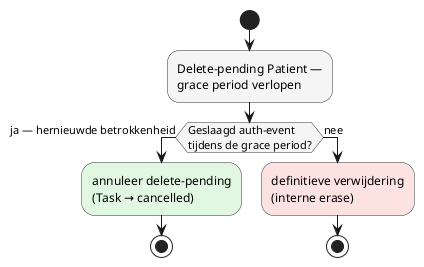
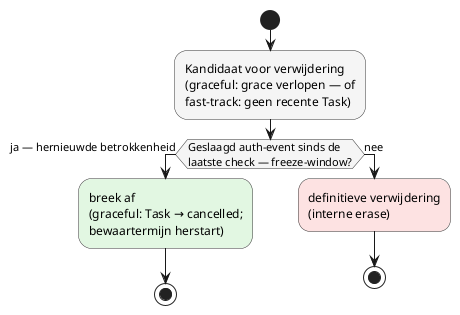
@startuml opschoning-patient-data-activiteitscheck

skinparam activity {
  BackgroundColor #f5f5f5
  BorderColor #333333
}

start
- :Delete-pending Patient —\ngrace period verlopen;
+ :Kandidaat voor verwijdering\n(graceful: grace verlopen — of\nfast-track: geen recente Task);

- if (Geslaagd auth-event\ntijdens de grace period?) then (ja — hernieuwde betrokkenheid)
-   #e2f7e2:annuleer delete-pending\n(Task → cancelled);
+ if (Geslaagd auth-event sinds de\nlaatste check — freeze-window?) then (ja — hernieuwde betrokkenheid)
+   #e2f7e2:breek af\n(graceful: Task → cancelled;\nbewaartermijn herstart);
  stop
else (nee)
  #fde2e2:definitieve verwijdering\n(interne erase);
  stop
endif

@enduml
